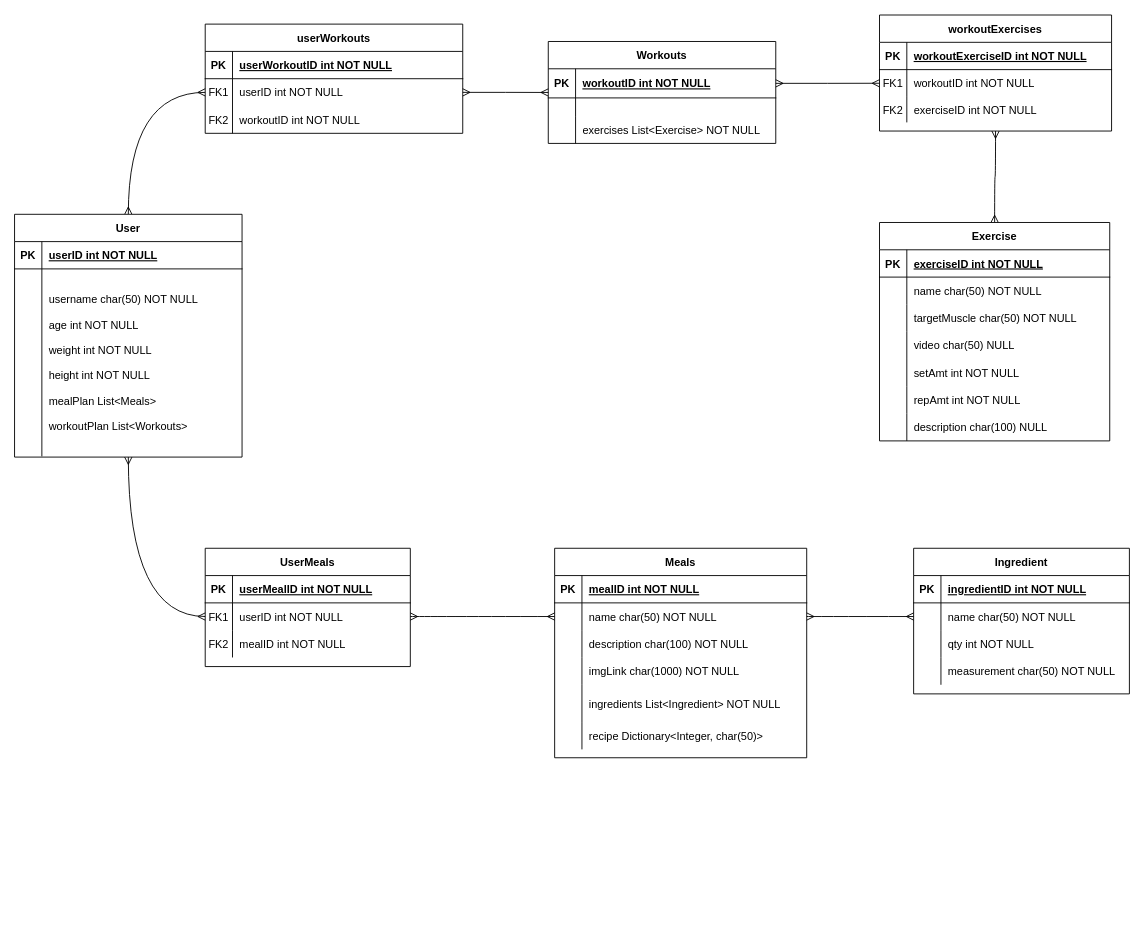
Scipion2002/HomieGainz keeps this draw.io diagram as HomieGainz ER Diagram.drawio. Above is the earlier version. Source tidied: cells renumbered, new cells numbered last; positions are measured from the earlier drawing's top-left corner, leaving out a move shared by most shapes. Both pictures are drawn from the tidied source at 91%, with x=0, y=0 at pixel (15, 15).
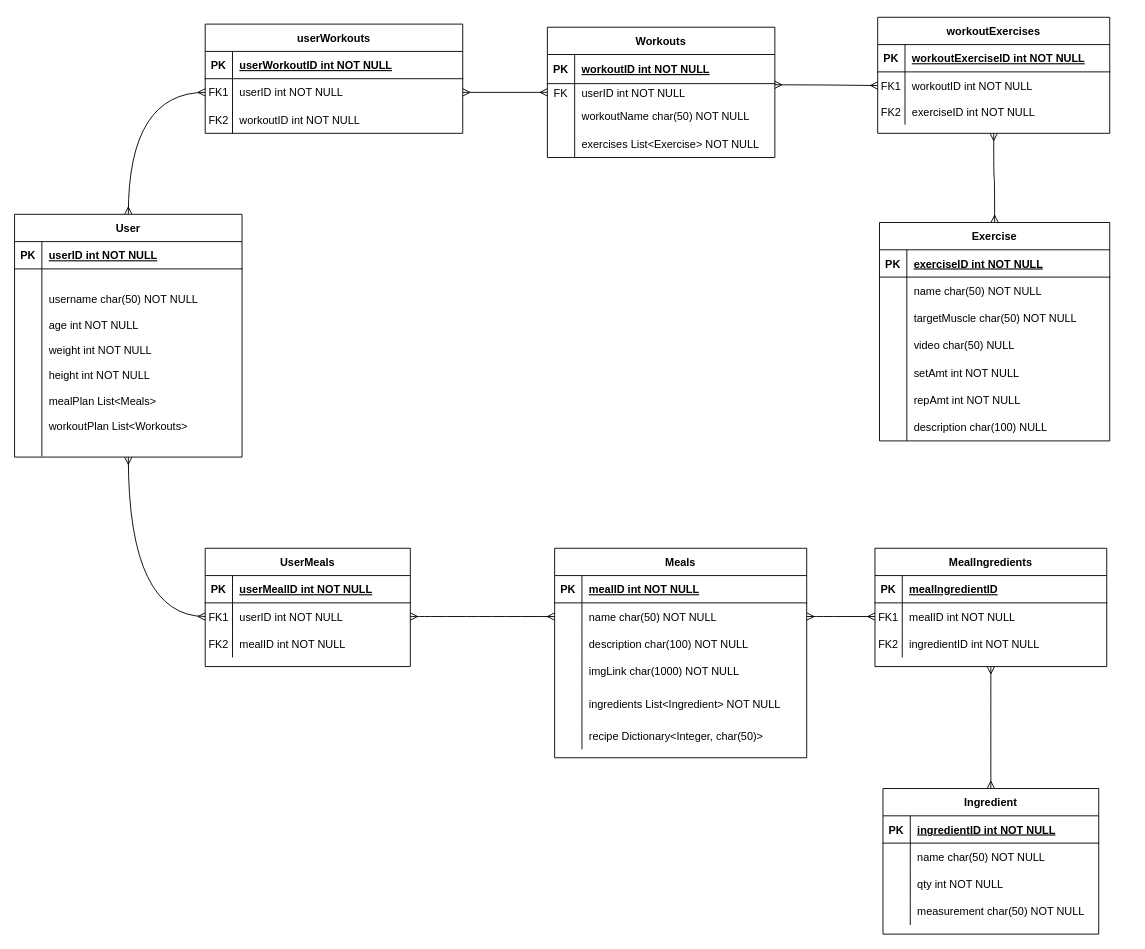
The same diagram, later.

Commit message:
workouts entity fixed

Unchanged cells that the change refers to:
```xml
<mxCell id="4" style="shape=partialRectangle;fillColor=none;points=[[0,0.5],[1,0.5]];portConstraint=eastwest;top=0;left=0;right=0;bottom=1;" parent="3" vertex="1">
  <mxGeometry y="30" width="250" height="32" as="geometry" />
</mxCell>
<mxCell id="17" style="shape=tableRow;horizontal=0;startSize=0;swimlaneHead=0;swimlaneBody=0;fillColor=none;points=[[0,0.5],[1,0.5]];portConstraint=eastwest;top=0;left=0;right=0;bottom=0;" parent="13" vertex="1">
  <mxGeometry y="60" width="277" height="30" as="geometry" />
</mxCell>
<mxCell id="78" style="shape=tableRow;horizontal=0;startSize=0;swimlaneHead=0;swimlaneBody=0;fillColor=none;points=[[0,0.5],[1,0.5]];portConstraint=eastwest;top=0;left=0;right=0;bottom=0;" parent="74" vertex="1">
  <mxGeometry y="60" width="255" height="30" as="geometry" />
</mxCell>
<mxCell id="100" style="shape=tableRow;horizontal=0;startSize=0;swimlaneHead=0;swimlaneBody=0;fillColor=none;points=[[0,0.5],[1,0.5]];portConstraint=eastwest;top=0;left=0;right=0;bottom=0;" parent="96" vertex="1">
  <mxGeometry y="60" width="237.1" height="30" as="geometry" />
</mxCell>
```

The edit, as a diff of the source:
```diff
@@
     <mxCell id="3" value="Workouts" style="shape=table;startSize=30;childLayout=tableLayout;rowLines=0;fontStyle=1;align=center;" parent="1" vertex="1">
-      <mxGeometry x="586" y="29.1" width="250" height="112" as="geometry" />
+      <mxGeometry x="585" y="13.4" width="250" height="143.2" as="geometry" />
     </mxCell>
@@
     <mxCell id="7" style="shape=partialRectangle;fillColor=none;points=[[0,0.5],[1,0.5]];portConstraint=eastwest;top=0;left=0;right=0;bottom=0;" parent="3" vertex="1">
-      <mxGeometry y="62" width="250" height="20" as="geometry" />
+      <mxGeometry y="62" width="250" height="21" as="geometry" />
     </mxCell>
-    <mxCell id="8" style="shape=partialRectangle;overflow=hidden;fillColor=none;top=0;left=0;bottom=0;right=0;" parent="7" vertex="1">
-      <mxGeometry width="30" height="20" as="geometry" />
+    <mxCell id="8" value="FK" style="shape=partialRectangle;overflow=hidden;fillColor=none;top=0;left=0;bottom=0;right=0;" parent="7" vertex="1">
+      <mxGeometry width="30" height="21" as="geometry" />
     </mxCell>
-    <mxCell id="9" style="shape=partialRectangle;overflow=hidden;fillColor=none;top=0;left=0;bottom=0;right=0;align=left;spacingLeft=6;" parent="7" vertex="1">
-      <mxGeometry x="30" width="220" height="20" as="geometry" />
+    <mxCell id="9" value="userID int NOT NULL" style="shape=partialRectangle;overflow=hidden;fillColor=none;top=0;left=0;bottom=0;right=0;align=left;spacingLeft=6;" parent="7" vertex="1">
+      <mxGeometry x="30" width="220" height="21" as="geometry" />
     </mxCell>
+    <mxCell id="110" style="shape=tableRow;horizontal=0;startSize=0;swimlaneHead=0;swimlaneBody=0;fillColor=none;top=0;left=0;right=0;bottom=0;" parent="3" vertex="1">
+      <mxGeometry y="83" width="250" height="30" as="geometry" />
+    </mxCell>
+    <mxCell id="111" style="shape=partialRectangle;fillColor=none;top=0;left=0;bottom=0;right=0;overflow=hidden;" parent="110" vertex="1">
+      <mxGeometry width="30" height="30" as="geometry" />
+    </mxCell>
+    <mxCell id="112" value="workoutName char(50) NOT NULL" style="shape=partialRectangle;fillColor=none;top=0;left=0;bottom=0;right=0;align=left;spacingLeft=6;overflow=hidden;" parent="110" vertex="1">
+      <mxGeometry x="30" width="220" height="30" as="geometry" />
+    </mxCell>
     <mxCell id="10" style="shape=partialRectangle;fillColor=none;top=0;left=0;right=0;bottom=0;" parent="3" vertex="1">
-      <mxGeometry y="82" width="250" height="30" as="geometry" />
+      <mxGeometry y="113" width="250" height="30" as="geometry" />
     </mxCell>
@@
     <mxCell id="74" value="workoutExercises" style="shape=table;startSize=30;childLayout=tableLayout;rowLines=0;fontStyle=1;align=center;" parent="1" vertex="1">
-      <mxGeometry x="950" width="255" height="127.5" as="geometry" />
+      <mxGeometry x="948" y="2.5" width="255" height="127.5" as="geometry" />
     </mxCell>
@@
-    <mxCell id="84" style="edgeStyle=orthogonalEdgeStyle;curved=1;rounded=0;jettySize=auto;html=1;exitX=1;exitY=0.5;exitDx=0;exitDy=0;entryX=0;entryY=0.5;entryDx=0;entryDy=0;startArrow=ERmany;startFill=0;endArrow=ERmany;endFill=0;" parent="1" edge="1" source="4" target="78">
+    <mxCell id="84" style="edgeStyle=orthogonalEdgeStyle;curved=1;rounded=0;jettySize=auto;html=1;exitX=0.999;exitY=0.06;exitDx=0;exitDy=0;entryX=0;entryY=0.5;entryDx=0;entryDy=0;startArrow=ERmany;startFill=0;endArrow=ERmany;endFill=0;exitPerimeter=0;" parent="1" edge="1" source="7" target="78">
       <mxGeometry relative="1" as="geometry" />
     </mxCell>
@@
     <mxCell id="96" value="Ingredient" style="shape=table;startSize=30;childLayout=tableLayout;rowLines=0;fontStyle=1;align=center;" parent="1" vertex="1">
-      <mxGeometry x="987.5" y="586" width="237.1" height="160" as="geometry" />
+      <mxGeometry x="953.8" y="850" width="237.1" height="160" as="geometry" />
     </mxCell>
@@
-    <mxCell id="109" style="edgeStyle=orthogonalEdgeStyle;curved=1;rounded=0;jettySize=auto;html=1;exitX=1;exitY=0.5;exitDx=0;exitDy=0;entryX=0;entryY=0.5;entryDx=0;entryDy=0;startArrow=ERmany;startFill=0;endArrow=ERmany;endFill=0;" parent="1" edge="1" source="17" target="100">
+    <mxCell id="109" style="edgeStyle=orthogonalEdgeStyle;curved=1;rounded=0;jettySize=auto;html=1;exitX=1;exitY=0.5;exitDx=0;exitDy=0;entryX=0;entryY=0.5;entryDx=0;entryDy=0;startArrow=ERmany;startFill=0;endArrow=ERmany;endFill=0;" parent="1" edge="1" source="17" target="118">
       <mxGeometry relative="1" as="geometry" />
     </mxCell>
+    <mxCell id="113" style="edgeStyle=orthogonalEdgeStyle;curved=1;rounded=0;jettySize=auto;html=1;exitX=0.5;exitY=1;exitDx=0;exitDy=0;entryX=0.5;entryY=0;entryDx=0;entryDy=0;startArrow=ERmany;startFill=0;endArrow=ERmany;endFill=0;" parent="1" edge="1" source="114" target="96">
+      <mxGeometry relative="1" as="geometry" />
+    </mxCell>
+    <mxCell id="114" value="MealIngredients" style="shape=table;startSize=30;childLayout=tableLayout;rowLines=0;fontStyle=1;align=center;" parent="1" vertex="1">
+      <mxGeometry x="945" y="586" width="254.7" height="130" as="geometry" />
+    </mxCell>
+    <mxCell id="115" style="shape=tableRow;horizontal=0;startSize=0;swimlaneHead=0;swimlaneBody=0;fillColor=none;top=0;left=0;right=0;bottom=1;" parent="114" vertex="1">
+      <mxGeometry y="30" width="254.7" height="30" as="geometry" />
+    </mxCell>
+    <mxCell id="116" value="PK" style="shape=partialRectangle;fillColor=none;top=0;left=0;bottom=0;right=0;fontStyle=1;overflow=hidden;" parent="115" vertex="1">
+      <mxGeometry width="30" height="30" as="geometry" />
+    </mxCell>
+    <mxCell id="117" value="mealIngredientID" style="shape=partialRectangle;fillColor=none;top=0;left=0;bottom=0;right=0;align=left;spacingLeft=6;fontStyle=5;overflow=hidden;" parent="115" vertex="1">
+      <mxGeometry x="30" width="224.7" height="30" as="geometry" />
+    </mxCell>
+    <mxCell id="118" style="shape=tableRow;horizontal=0;startSize=0;swimlaneHead=0;swimlaneBody=0;fillColor=none;points=[[0,0.5],[1,0.5]];portConstraint=eastwest;top=0;left=0;right=0;bottom=0;" parent="114" vertex="1">
+      <mxGeometry y="60" width="254.7" height="30" as="geometry" />
+    </mxCell>
+    <mxCell id="119" value="FK1" style="shape=partialRectangle;fillColor=none;top=0;left=0;bottom=0;right=0;overflow=hidden;" parent="118" vertex="1">
+      <mxGeometry width="30" height="30" as="geometry" />
+    </mxCell>
+    <mxCell id="120" value="mealID int NOT NULL" style="shape=partialRectangle;fillColor=none;top=0;left=0;bottom=0;right=0;align=left;spacingLeft=6;overflow=hidden;" parent="118" vertex="1">
+      <mxGeometry x="30" width="224.7" height="30" as="geometry" />
+    </mxCell>
+    <mxCell id="121" style="shape=tableRow;horizontal=0;startSize=0;swimlaneHead=0;swimlaneBody=0;fillColor=none;top=0;left=0;right=0;bottom=0;" parent="114" vertex="1">
+      <mxGeometry y="90" width="254.7" height="30" as="geometry" />
+    </mxCell>
+    <mxCell id="122" value="FK2" style="shape=partialRectangle;fillColor=none;top=0;left=0;bottom=0;right=0;overflow=hidden;" parent="121" vertex="1">
+      <mxGeometry width="30" height="30" as="geometry" />
+    </mxCell>
+    <mxCell id="123" value="ingredientID int NOT NULL" style="shape=partialRectangle;fillColor=none;top=0;left=0;bottom=0;right=0;align=left;spacingLeft=6;overflow=hidden;" parent="121" vertex="1">
+      <mxGeometry x="30" width="224.7" height="30" as="geometry" />
+    </mxCell>
```
